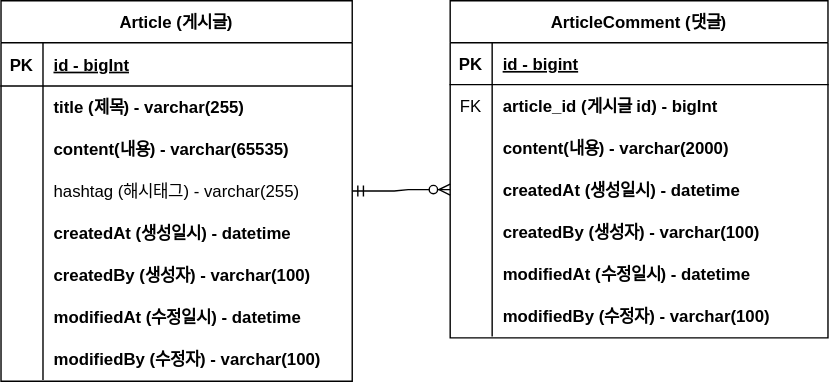
Earlier version of the draw.io export document/project-board-erd.drawio.svg (jonnygim/fastcampus-project-board). Source tidied: cells renumbered, new cells last; positions are measured from the earlier drawing's top-left corner, leaving out a move shared by most shapes.
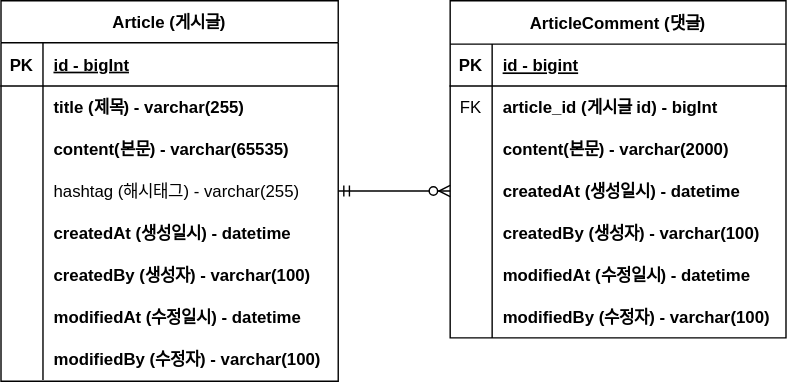
The same file after the commit.

Commit message:
#8 - ERD 주석 업데이트 : project-board-erd.svg

The edit, as a diff of the source:
```diff
@@ -3,145 +3,145 @@
     <mxCell id="0" />
     <mxCell id="1" parent="0" />
     <mxCell id="2" value="Article (게시글)" style="shape=table;startSize=30;rowLines=0;fontStyle=1;align=center;" parent="1" vertex="1">
-      <mxGeometry width="251" height="272" as="geometry" />
+      <mxGeometry width="241" height="272" as="geometry" />
     </mxCell>
     <mxCell id="3" style="shape=partialRectangle;fillColor=none;top=0;left=0;right=0;bottom=1;" parent="2" vertex="1">
-      <mxGeometry y="30" width="251" height="31" as="geometry" />
+      <mxGeometry y="30" width="241" height="31" as="geometry" />
     </mxCell>
     <mxCell id="4" value="PK" style="shape=partialRectangle;overflow=hidden;fillColor=none;top=0;left=0;bottom=0;right=0;fontStyle=1;" parent="3" vertex="1">
       <mxGeometry width="30" height="31" as="geometry" />
     </mxCell>
     <mxCell id="5" value="id - bigInt" style="shape=partialRectangle;overflow=hidden;fillColor=none;top=0;left=0;bottom=0;right=0;align=left;spacingLeft=6;fontStyle=5;" parent="3" vertex="1">
-      <mxGeometry x="30" width="221" height="31" as="geometry" />
+      <mxGeometry x="30" width="211" height="31" as="geometry" />
     </mxCell>
     <mxCell id="6" style="shape=partialRectangle;fillColor=none;top=0;left=0;right=0;bottom=0;" parent="2" vertex="1">
-      <mxGeometry y="61" width="251" height="30" as="geometry" />
+      <mxGeometry y="61" width="241" height="30" as="geometry" />
     </mxCell>
     <mxCell id="7" style="shape=partialRectangle;overflow=hidden;fillColor=none;top=0;left=0;bottom=0;right=0;" parent="6" vertex="1">
       <mxGeometry width="30" height="30" as="geometry" />
     </mxCell>
     <mxCell id="8" value="title (제목) - varchar(255)" style="shape=partialRectangle;overflow=hidden;fillColor=none;top=0;left=0;bottom=0;right=0;align=left;spacingLeft=6;fontStyle=1;" parent="6" vertex="1">
-      <mxGeometry x="30" width="221" height="30" as="geometry" />
+      <mxGeometry x="30" width="211" height="30" as="geometry" />
     </mxCell>
     <mxCell id="9" style="shape=partialRectangle;fillColor=none;top=0;left=0;right=0;bottom=0;" parent="2" vertex="1">
-      <mxGeometry y="91" width="251" height="30" as="geometry" />
+      <mxGeometry y="91" width="241" height="30" as="geometry" />
     </mxCell>
     <mxCell id="10" style="shape=partialRectangle;overflow=hidden;fillColor=none;top=0;left=0;bottom=0;right=0;" parent="9" vertex="1">
       <mxGeometry width="30" height="30" as="geometry" />
     </mxCell>
-    <mxCell id="11" value="content(내용) - varchar(65535)" style="shape=partialRectangle;overflow=hidden;fillColor=none;top=0;left=0;bottom=0;right=0;align=left;spacingLeft=6;fontStyle=1;" parent="9" vertex="1">
-      <mxGeometry x="30" width="221" height="30" as="geometry" />
+    <mxCell id="11" value="content(본문) - varchar(65535)" style="shape=partialRectangle;overflow=hidden;fillColor=none;top=0;left=0;bottom=0;right=0;align=left;spacingLeft=6;fontStyle=1;" parent="9" vertex="1">
+      <mxGeometry x="30" width="211" height="30" as="geometry" />
     </mxCell>
     <mxCell id="12" style="shape=partialRectangle;fillColor=none;points=[[0,0.5],[1,0.5]];portConstraint=eastwest;top=0;left=0;right=0;bottom=0;" parent="2" vertex="1">
-      <mxGeometry y="121" width="251" height="30" as="geometry" />
+      <mxGeometry y="121" width="241" height="30" as="geometry" />
     </mxCell>
     <mxCell id="13" style="shape=partialRectangle;overflow=hidden;fillColor=none;top=0;left=0;bottom=0;right=0;" parent="12" vertex="1">
       <mxGeometry width="30" height="30" as="geometry" />
     </mxCell>
     <mxCell id="14" value="hashtag (해시태그) - varchar(255)" style="shape=partialRectangle;overflow=hidden;fillColor=none;top=0;left=0;bottom=0;right=0;align=left;spacingLeft=6;" parent="12" vertex="1">
-      <mxGeometry x="30" width="221" height="30" as="geometry" />
+      <mxGeometry x="30" width="211" height="30" as="geometry" />
     </mxCell>
     <mxCell id="15" style="shape=partialRectangle;fillColor=none;top=0;left=0;right=0;bottom=0;" parent="2" vertex="1">
-      <mxGeometry y="151" width="251" height="30" as="geometry" />
+      <mxGeometry y="151" width="241" height="30" as="geometry" />
     </mxCell>
     <mxCell id="16" style="shape=partialRectangle;overflow=hidden;fillColor=none;top=0;left=0;bottom=0;right=0;" parent="15" vertex="1">
       <mxGeometry width="30" height="30" as="geometry" />
     </mxCell>
     <mxCell id="17" value="createdAt (생성일시) - datetime" style="shape=partialRectangle;overflow=hidden;fillColor=none;top=0;left=0;bottom=0;right=0;align=left;spacingLeft=6;fontStyle=1;" parent="15" vertex="1">
-      <mxGeometry x="30" width="221" height="30" as="geometry" />
+      <mxGeometry x="30" width="211" height="30" as="geometry" />
     </mxCell>
     <mxCell id="18" style="shape=partialRectangle;fillColor=none;top=0;left=0;right=0;bottom=0;" parent="2" vertex="1">
-      <mxGeometry y="181" width="251" height="30" as="geometry" />
+      <mxGeometry y="181" width="241" height="30" as="geometry" />
     </mxCell>
     <mxCell id="19" style="shape=partialRectangle;overflow=hidden;fillColor=none;top=0;left=0;bottom=0;right=0;" parent="18" vertex="1">
       <mxGeometry width="30" height="30" as="geometry" />
     </mxCell>
     <mxCell id="20" value="createdBy (생성자) - varchar(100)" style="shape=partialRectangle;overflow=hidden;fillColor=none;top=0;left=0;bottom=0;right=0;align=left;spacingLeft=6;fontStyle=1;" parent="18" vertex="1">
-      <mxGeometry x="30" width="221" height="30" as="geometry" />
+      <mxGeometry x="30" width="211" height="30" as="geometry" />
     </mxCell>
     <mxCell id="21" style="shape=partialRectangle;fillColor=none;top=0;left=0;right=0;bottom=0;" parent="2" vertex="1">
-      <mxGeometry y="211" width="251" height="30" as="geometry" />
+      <mxGeometry y="211" width="241" height="30" as="geometry" />
     </mxCell>
     <mxCell id="22" style="shape=partialRectangle;overflow=hidden;fillColor=none;top=0;left=0;bottom=0;right=0;" parent="21" vertex="1">
       <mxGeometry width="30" height="30" as="geometry" />
     </mxCell>
     <mxCell id="23" value="modifiedAt (수정일시) - datetime" style="shape=partialRectangle;overflow=hidden;fillColor=none;top=0;left=0;bottom=0;right=0;align=left;spacingLeft=6;fontStyle=1;" parent="21" vertex="1">
-      <mxGeometry x="30" width="221" height="30" as="geometry" />
+      <mxGeometry x="30" width="211" height="30" as="geometry" />
     </mxCell>
     <mxCell id="24" style="shape=partialRectangle;fillColor=none;top=0;left=0;right=0;bottom=0;" parent="2" vertex="1">
-      <mxGeometry y="241" width="251" height="30" as="geometry" />
+      <mxGeometry y="241" width="241" height="30" as="geometry" />
     </mxCell>
     <mxCell id="25" style="shape=partialRectangle;overflow=hidden;fillColor=none;top=0;left=0;bottom=0;right=0;" parent="24" vertex="1">
       <mxGeometry width="30" height="30" as="geometry" />
     </mxCell>
     <mxCell id="26" value="modifiedBy (수정자) - varchar(100)" style="shape=partialRectangle;overflow=hidden;fillColor=none;top=0;left=0;bottom=0;right=0;align=left;spacingLeft=6;fontStyle=1;" parent="24" vertex="1">
-      <mxGeometry x="30" width="221" height="30" as="geometry" />
+      <mxGeometry x="30" width="211" height="30" as="geometry" />
     </mxCell>
-    <mxCell id="27" value="ArticleComment (댓글)" style="shape=table;startSize=30;rowLines=0;fontStyle=1;align=center;" parent="1" vertex="1">
-      <mxGeometry x="321" width="270" height="241" as="geometry" />
+    <mxCell id="27" value="ArticleComment (댓글)" style="shape=table;startSize=31;rowLines=0;fontStyle=1;align=center;" parent="1" vertex="1">
+      <mxGeometry x="321" width="240" height="241" as="geometry" />
     </mxCell>
     <mxCell id="28" style="shape=partialRectangle;fillColor=none;top=0;left=0;right=0;bottom=1;" parent="27" vertex="1">
-      <mxGeometry y="30" width="270" height="30" as="geometry" />
+      <mxGeometry y="31" width="240" height="30" as="geometry" />
     </mxCell>
     <mxCell id="29" value="PK" style="shape=partialRectangle;overflow=hidden;fillColor=none;top=0;left=0;bottom=0;right=0;fontStyle=1;" parent="28" vertex="1">
       <mxGeometry width="30" height="30" as="geometry" />
     </mxCell>
     <mxCell id="30" value="id - bigint" style="shape=partialRectangle;overflow=hidden;fillColor=none;top=0;left=0;bottom=0;right=0;align=left;spacingLeft=6;fontStyle=5;" parent="28" vertex="1">
-      <mxGeometry x="30" width="240" height="30" as="geometry" />
+      <mxGeometry x="30" width="210" height="30" as="geometry" />
     </mxCell>
     <mxCell id="31" style="shape=partialRectangle;fillColor=none;top=0;left=0;right=0;bottom=0;" parent="27" vertex="1">
-      <mxGeometry y="60" width="270" height="30" as="geometry" />
+      <mxGeometry y="61" width="240" height="30" as="geometry" />
     </mxCell>
     <mxCell id="32" value="FK" style="shape=partialRectangle;overflow=hidden;fillColor=none;top=0;left=0;bottom=0;right=0;" parent="31" vertex="1">
       <mxGeometry width="30" height="30" as="geometry" />
     </mxCell>
     <mxCell id="33" value="article_id (게시글 id) - bigInt" style="shape=partialRectangle;overflow=hidden;fillColor=none;top=0;left=0;bottom=0;right=0;align=left;spacingLeft=6;fontStyle=1;" parent="31" vertex="1">
-      <mxGeometry x="30" width="240" height="30" as="geometry" />
+      <mxGeometry x="30" width="210" height="30" as="geometry" />
     </mxCell>
     <mxCell id="34" style="shape=partialRectangle;fillColor=none;top=0;left=0;right=0;bottom=0;" parent="27" vertex="1">
-      <mxGeometry y="90" width="270" height="30" as="geometry" />
+      <mxGeometry y="91" width="240" height="30" as="geometry" />
     </mxCell>
     <mxCell id="35" style="shape=partialRectangle;overflow=hidden;fillColor=none;top=0;left=0;bottom=0;right=0;" parent="34" vertex="1">
       <mxGeometry width="30" height="30" as="geometry" />
     </mxCell>
-    <mxCell id="36" value="content(내용) - varchar(2000)" style="shape=partialRectangle;overflow=hidden;fillColor=none;top=0;left=0;bottom=0;right=0;align=left;spacingLeft=6;fontStyle=1;" parent="34" vertex="1">
-      <mxGeometry x="30" width="240" height="30" as="geometry" />
+    <mxCell id="36" value="content(본문) - varchar(2000)" style="shape=partialRectangle;overflow=hidden;fillColor=none;top=0;left=0;bottom=0;right=0;align=left;spacingLeft=6;fontStyle=1;" parent="34" vertex="1">
+      <mxGeometry x="30" width="210" height="30" as="geometry" />
     </mxCell>
     <mxCell id="37" style="shape=partialRectangle;fillColor=none;points=[[0,0.5],[1,0.5]];portConstraint=eastwest;top=0;left=0;right=0;bottom=0;" parent="27" vertex="1">
-      <mxGeometry y="120" width="270" height="30" as="geometry" />
+      <mxGeometry y="121" width="240" height="30" as="geometry" />
     </mxCell>
     <mxCell id="38" style="shape=partialRectangle;overflow=hidden;fillColor=none;top=0;left=0;bottom=0;right=0;" parent="37" vertex="1">
       <mxGeometry width="30" height="30" as="geometry" />
     </mxCell>
     <mxCell id="39" value="createdAt (생성일시) - datetime" style="shape=partialRectangle;overflow=hidden;fillColor=none;top=0;left=0;bottom=0;right=0;align=left;spacingLeft=6;fontStyle=1;" parent="37" vertex="1">
-      <mxGeometry x="30" width="240" height="30" as="geometry" />
+      <mxGeometry x="30" width="210" height="30" as="geometry" />
     </mxCell>
     <mxCell id="40" style="shape=partialRectangle;fillColor=none;top=0;left=0;right=0;bottom=0;" parent="27" vertex="1">
-      <mxGeometry y="150" width="270" height="30" as="geometry" />
+      <mxGeometry y="151" width="240" height="30" as="geometry" />
     </mxCell>
     <mxCell id="41" style="shape=partialRectangle;overflow=hidden;fillColor=none;top=0;left=0;bottom=0;right=0;" parent="40" vertex="1">
       <mxGeometry width="30" height="30" as="geometry" />
     </mxCell>
     <mxCell id="42" value="createdBy (생성자) - varchar(100)" style="shape=partialRectangle;overflow=hidden;fillColor=none;top=0;left=0;bottom=0;right=0;align=left;spacingLeft=6;fontStyle=1;" parent="40" vertex="1">
-      <mxGeometry x="30" width="240" height="30" as="geometry" />
+      <mxGeometry x="30" width="210" height="30" as="geometry" />
     </mxCell>
     <mxCell id="43" style="shape=partialRectangle;fillColor=none;top=0;left=0;right=0;bottom=0;" parent="27" vertex="1">
-      <mxGeometry y="180" width="270" height="30" as="geometry" />
+      <mxGeometry y="181" width="240" height="30" as="geometry" />
     </mxCell>
     <mxCell id="44" style="shape=partialRectangle;overflow=hidden;fillColor=none;top=0;left=0;bottom=0;right=0;" parent="43" vertex="1">
       <mxGeometry width="30" height="30" as="geometry" />
     </mxCell>
     <mxCell id="45" value="modifiedAt (수정일시) - datetime" style="shape=partialRectangle;overflow=hidden;fillColor=none;top=0;left=0;bottom=0;right=0;align=left;spacingLeft=6;fontStyle=1;" parent="43" vertex="1">
-      <mxGeometry x="30" width="240" height="30" as="geometry" />
+      <mxGeometry x="30" width="210" height="30" as="geometry" />
     </mxCell>
     <mxCell id="46" style="shape=partialRectangle;fillColor=none;top=0;left=0;right=0;bottom=0;" parent="27" vertex="1">
-      <mxGeometry y="210" width="270" height="30" as="geometry" />
+      <mxGeometry y="211" width="240" height="30" as="geometry" />
     </mxCell>
     <mxCell id="47" style="shape=partialRectangle;overflow=hidden;fillColor=none;top=0;left=0;bottom=0;right=0;" parent="46" vertex="1">
       <mxGeometry width="30" height="30" as="geometry" />
     </mxCell>
     <mxCell id="48" value="modifiedBy (수정자) - varchar(100)" style="shape=partialRectangle;overflow=hidden;fillColor=none;top=0;left=0;bottom=0;right=0;align=left;spacingLeft=6;fontStyle=1;" parent="46" vertex="1">
-      <mxGeometry x="30" width="240" height="30" as="geometry" />
+      <mxGeometry x="30" width="210" height="30" as="geometry" />
     </mxCell>
     <mxCell id="49" style="edgeStyle=entityRelationEdgeStyle;fontSize=12;html=1;endArrow=ERzeroToMany;startArrow=ERmandOne;rounded=0;exitX=1;exitY=0.5;exitDx=0;exitDy=0;entryX=0;entryY=0.5;entryDx=0;entryDy=0;" parent="1" edge="1" source="12" target="37">
       <mxGeometry relative="1" as="geometry" />
```
